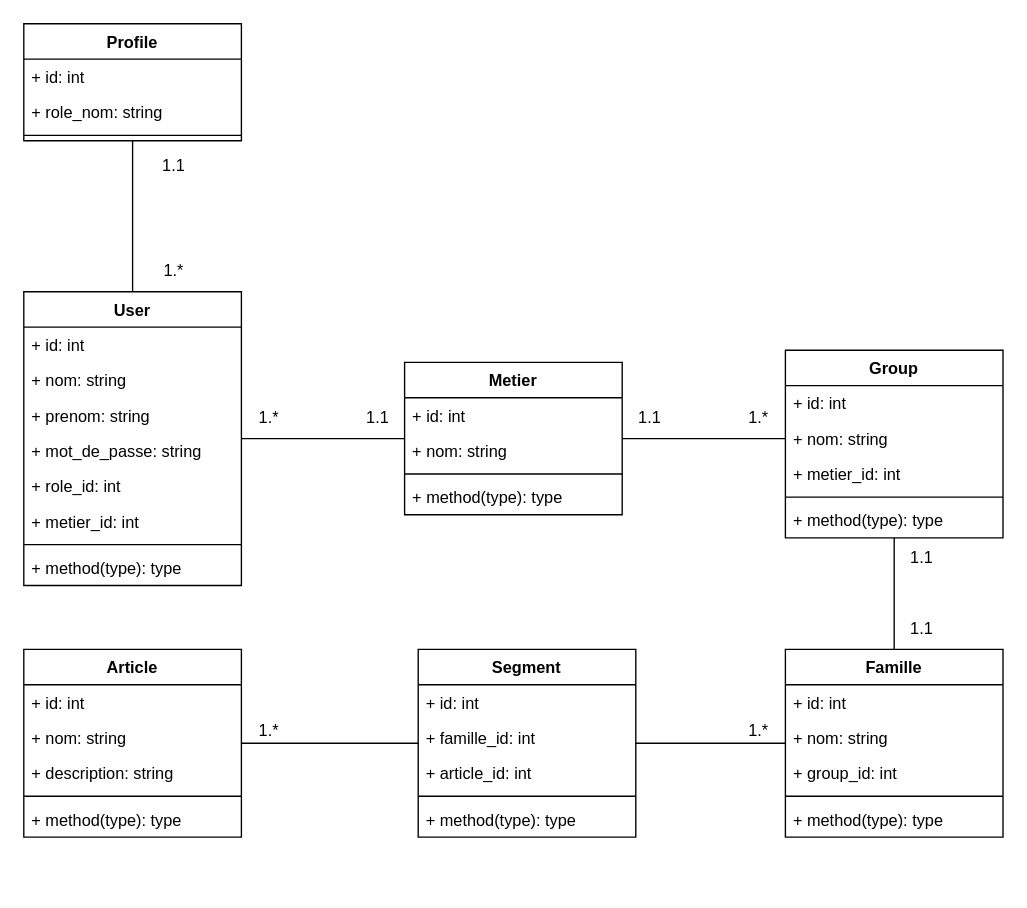
Before: UML/class_diagram.drawio in elkhailihamza/LaRegie, a draw.io diagram. Source tidied: cells renumbered, new cells numbered last; positions are measured from the earlier drawing's top-left corner, leaving out a move shared by most shapes. Both pictures are drawn from the tidied source at 136%, with x=0, y=0 at pixel (23, 23).
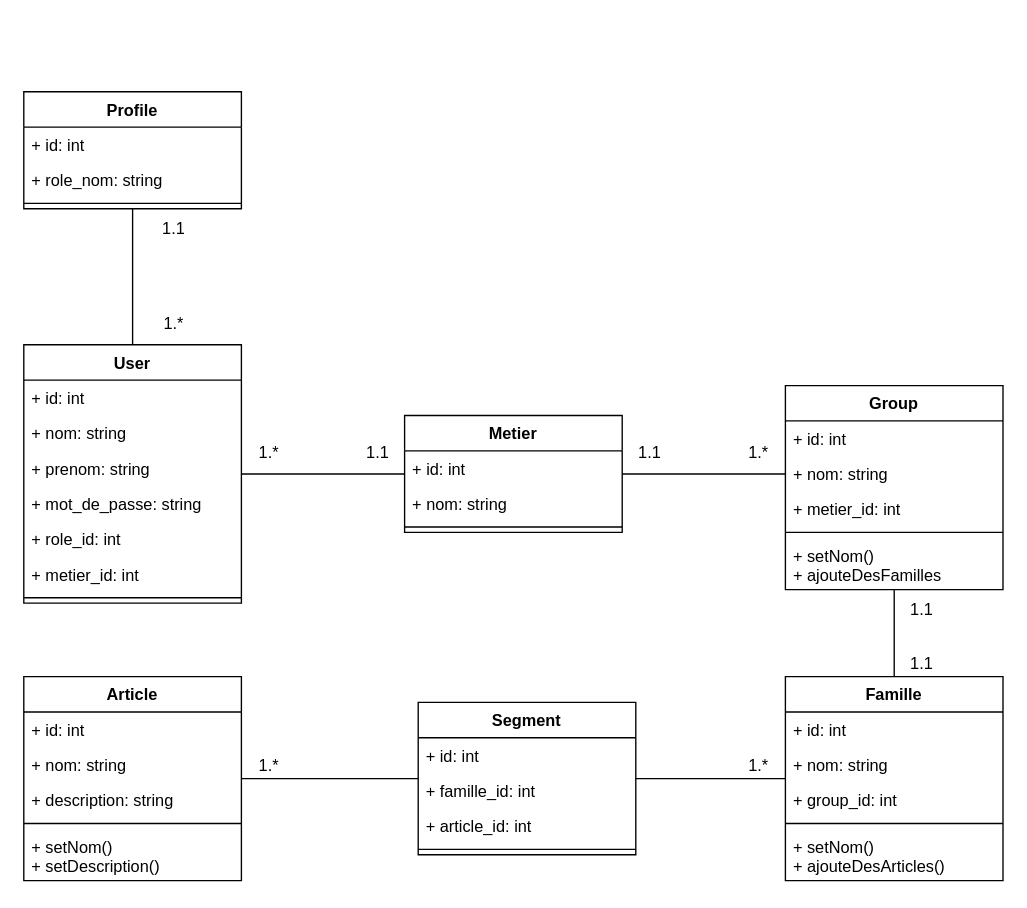
Above is the later version.

Commit message (it also covers changes not shown here):
completed UML and exported it all to pngs, awaiting validation

The edit, as a diff of the source:
```diff
@@
     <mxCell id="2" value="User" style="swimlane;fontStyle=1;align=center;verticalAlign=top;horizontal=1;startSize=26;" parent="1" vertex="1">
-      <mxGeometry y="197" width="160" height="216" as="geometry" />
+      <mxGeometry y="236" width="160" height="190" as="geometry" />
     </mxCell>
@@
-    <mxCell id="10" value="+ method(type): type" style="text;strokeColor=none;fillColor=none;align=left;verticalAlign=top;spacingLeft=4;spacingRight=4;overflow=hidden;" parent="2" vertex="1">
-      <mxGeometry y="190" width="160" height="26" as="geometry" />
-    </mxCell>
@@
     <mxCell id="12" value="Profile" style="swimlane;fontStyle=1;align=center;verticalAlign=top;horizontal=1;startSize=26;" parent="1" vertex="1">
-      <mxGeometry width="160" height="86" as="geometry" />
+      <mxGeometry y="50" width="160" height="86" as="geometry" />
     </mxCell>
@@
     <mxCell id="16" value="1.*" style="text;html=1;align=center;verticalAlign=middle;strokeColor=none;fillColor=none;" parent="1" vertex="1">
-      <mxGeometry x="90" y="167" width="40" height="30" as="geometry" />
+      <mxGeometry x="90" y="206" width="40" height="30" as="geometry" />
     </mxCell>
     <mxCell id="17" value="1.1" style="text;html=1;align=center;verticalAlign=middle;strokeColor=none;fillColor=none;" parent="1" vertex="1">
-      <mxGeometry x="90" y="90" width="40" height="30" as="geometry" />
+      <mxGeometry x="90" y="136" width="40" height="30" as="geometry" />
     </mxCell>
@@
     <mxCell id="19" value="Metier" style="swimlane;fontStyle=1;align=center;verticalAlign=top;horizontal=1;startSize=26;" parent="1" vertex="1">
-      <mxGeometry x="280" y="249" width="160" height="112" as="geometry" />
+      <mxGeometry x="280" y="288" width="160" height="86" as="geometry" />
     </mxCell>
@@
-    <mxCell id="23" value="+ method(type): type" style="text;strokeColor=none;fillColor=none;align=left;verticalAlign=top;spacingLeft=4;spacingRight=4;overflow=hidden;" parent="19" vertex="1">
-      <mxGeometry y="86" width="160" height="26" as="geometry" />
-    </mxCell>
     <mxCell id="24" value="Group" style="swimlane;fontStyle=1;align=center;verticalAlign=top;horizontal=1;startSize=26;" parent="1" vertex="1">
-      <mxGeometry x="560" y="240" width="160" height="138" as="geometry" />
+      <mxGeometry x="560" y="266" width="160" height="150" as="geometry" />
     </mxCell>
@@
-    <mxCell id="29" value="+ method(type): type" style="text;strokeColor=none;fillColor=none;align=left;verticalAlign=top;spacingLeft=4;spacingRight=4;overflow=hidden;" parent="24" vertex="1">
-      <mxGeometry y="112" width="160" height="26" as="geometry" />
+    <mxCell id="29" value="+ setNom()&#10;+ ajouteDesFamilles" style="text;strokeColor=none;fillColor=none;align=left;verticalAlign=top;spacingLeft=4;spacingRight=4;overflow=hidden;" parent="24" vertex="1">
+      <mxGeometry y="112" width="160" height="38" as="geometry" />
     </mxCell>
@@
     <mxCell id="31" value="Famille" style="swimlane;fontStyle=1;align=center;verticalAlign=top;horizontal=1;startSize=26;" parent="1" vertex="1">
-      <mxGeometry x="560" y="460" width="160" height="138" as="geometry" />
+      <mxGeometry x="560" y="480" width="160" height="150" as="geometry" />
     </mxCell>
@@
-    <mxCell id="36" value="+ method(type): type" style="text;strokeColor=none;fillColor=none;align=left;verticalAlign=top;spacingLeft=4;spacingRight=4;overflow=hidden;" parent="31" vertex="1">
-      <mxGeometry y="112" width="160" height="26" as="geometry" />
+    <mxCell id="36" value="+ setNom()&#10;+ ajouteDesArticles()" style="text;strokeColor=none;fillColor=none;align=left;verticalAlign=top;spacingLeft=4;spacingRight=4;overflow=hidden;" parent="31" vertex="1">
+      <mxGeometry y="112" width="160" height="38" as="geometry" />
     </mxCell>
@@
     <mxCell id="38" value="Segment" style="swimlane;fontStyle=1;align=center;verticalAlign=top;horizontal=1;startSize=26;" parent="1" vertex="1">
-      <mxGeometry x="290" y="460" width="160" height="138" as="geometry" />
+      <mxGeometry x="290" y="499" width="160" height="112" as="geometry" />
     </mxCell>
@@
-    <mxCell id="43" value="+ method(type): type" style="text;strokeColor=none;fillColor=none;align=left;verticalAlign=top;spacingLeft=4;spacingRight=4;overflow=hidden;" parent="38" vertex="1">
-      <mxGeometry y="112" width="160" height="26" as="geometry" />
-    </mxCell>
@@
     <mxCell id="45" value="Article" style="swimlane;fontStyle=1;align=center;verticalAlign=top;horizontal=1;startSize=26;" parent="1" vertex="1">
-      <mxGeometry y="460" width="160" height="138" as="geometry" />
+      <mxGeometry y="480" width="160" height="150" as="geometry" />
     </mxCell>
@@
-    <mxCell id="50" value="+ method(type): type" style="text;strokeColor=none;fillColor=none;align=left;verticalAlign=top;spacingLeft=4;spacingRight=4;overflow=hidden;" parent="45" vertex="1">
-      <mxGeometry y="112" width="160" height="26" as="geometry" />
+    <mxCell id="50" value="+ setNom()&#10;+ setDescription()" style="text;strokeColor=none;fillColor=none;align=left;verticalAlign=top;spacingLeft=4;spacingRight=4;overflow=hidden;" parent="45" vertex="1">
+      <mxGeometry y="112" width="160" height="38" as="geometry" />
     </mxCell>
@@
     <mxCell id="52" value="1.*" style="text;html=1;align=center;verticalAlign=middle;strokeColor=none;fillColor=none;" parent="1" vertex="1">
-      <mxGeometry x="160" y="275" width="40" height="30" as="geometry" />
+      <mxGeometry x="160" y="301" width="40" height="30" as="geometry" />
     </mxCell>
     <mxCell id="53" value="1.1" style="text;html=1;align=center;verticalAlign=middle;strokeColor=none;fillColor=none;" parent="1" vertex="1">
-      <mxGeometry x="240" y="275" width="40" height="30" as="geometry" />
+      <mxGeometry x="240" y="301" width="40" height="30" as="geometry" />
     </mxCell>
     <mxCell id="54" value="1.*" style="text;html=1;align=center;verticalAlign=middle;strokeColor=none;fillColor=none;" parent="1" vertex="1">
-      <mxGeometry x="160" y="505" width="40" height="30" as="geometry" />
+      <mxGeometry x="160" y="531" width="40" height="30" as="geometry" />
     </mxCell>
     <mxCell id="55" value="1.*" style="text;html=1;align=center;verticalAlign=middle;strokeColor=none;fillColor=none;" parent="1" vertex="1">
-      <mxGeometry x="520" y="505" width="40" height="30" as="geometry" />
+      <mxGeometry x="520" y="531" width="40" height="30" as="geometry" />
     </mxCell>
     <mxCell id="56" value="1.1" style="text;html=1;align=center;verticalAlign=middle;strokeColor=none;fillColor=none;" parent="1" vertex="1">
-      <mxGeometry x="640" y="378" width="40" height="30" as="geometry" />
+      <mxGeometry x="640" y="416" width="40" height="30" as="geometry" />
     </mxCell>
     <mxCell id="57" value="1.1" style="text;html=1;align=center;verticalAlign=middle;strokeColor=none;fillColor=none;" parent="1" vertex="1">
-      <mxGeometry x="640" y="430" width="40" height="30" as="geometry" />
+      <mxGeometry x="640" y="456" width="40" height="30" as="geometry" />
     </mxCell>
     <mxCell id="58" value="1.1" style="text;html=1;align=center;verticalAlign=middle;strokeColor=none;fillColor=none;" parent="1" vertex="1">
-      <mxGeometry x="440" y="275" width="40" height="30" as="geometry" />
+      <mxGeometry x="440" y="301" width="40" height="30" as="geometry" />
     </mxCell>
     <mxCell id="59" value="1.*" style="text;html=1;align=center;verticalAlign=middle;strokeColor=none;fillColor=none;" parent="1" vertex="1">
-      <mxGeometry x="520" y="275" width="40" height="30" as="geometry" />
+      <mxGeometry x="520" y="301" width="40" height="30" as="geometry" />
     </mxCell>
```
